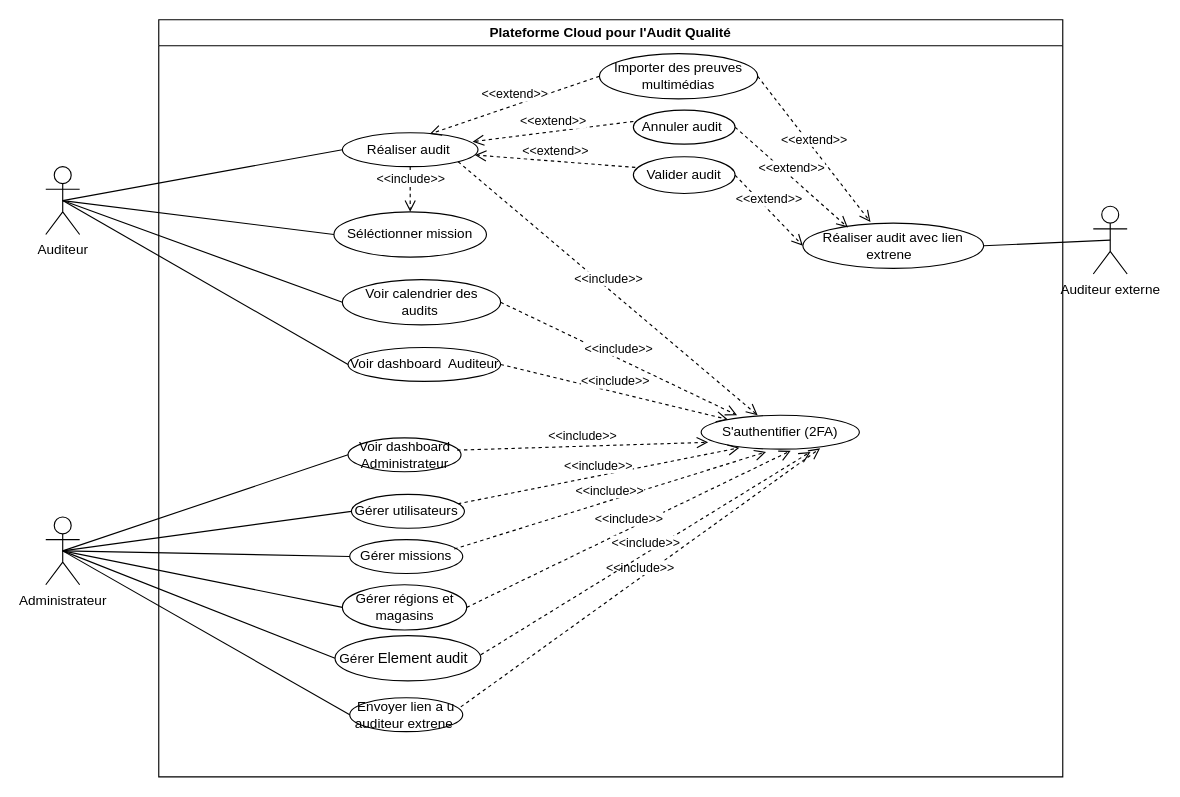
Above: diagrams/UC_plateforme_Audit_Qualité.drawio in assia2024-dot/pfe (draw.io), before the change. Source tidied: cells renumbered, new cells numbered last; positions are measured from the earlier drawing's top-left corner, leaving out a move shared by most shapes. Both pictures are drawn from the tidied source at 113%, with x=0, y=0 at pixel (45, 19).
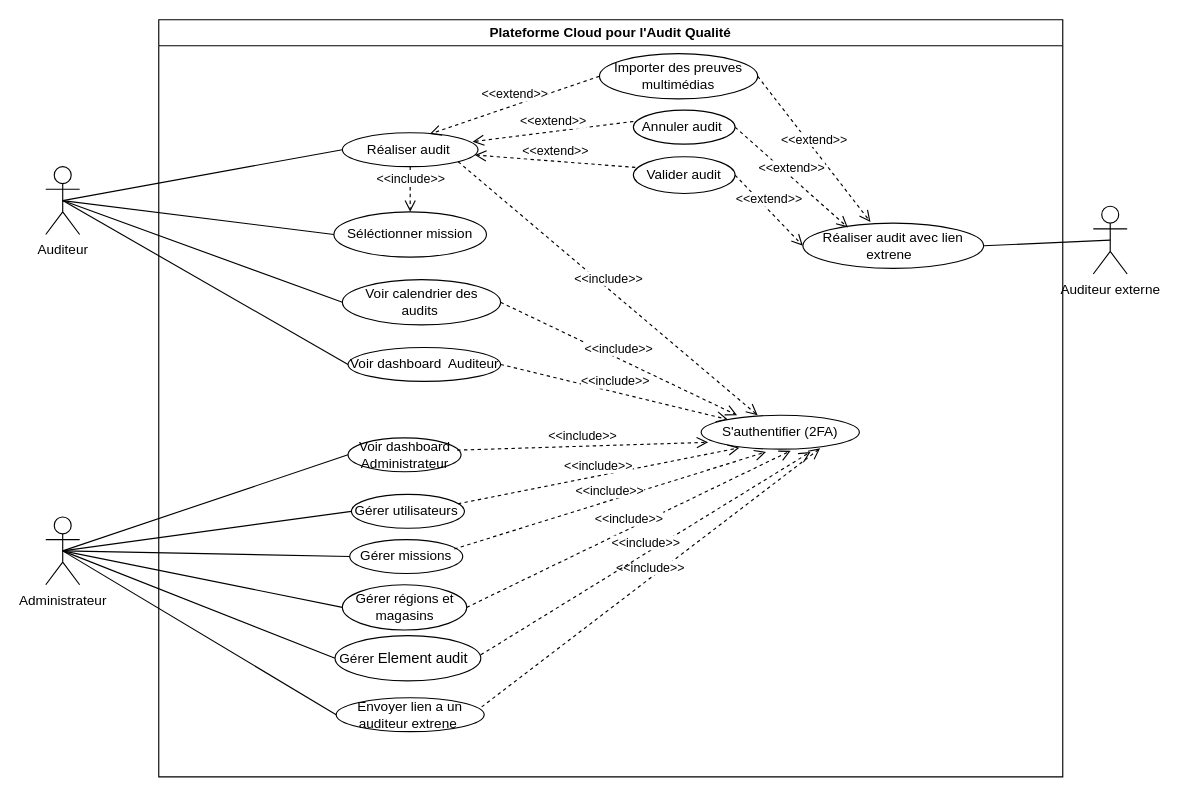
The same diagram, later.

Unchanged cells that the change refers to:
```xml
<mxCell id="2" value="Plateforme Cloud pour l'Audit Qualité" style="swimlane;whiteSpace=wrap;html=1;" parent="1" vertex="1">
  <mxGeometry x="100" width="800" height="670" as="geometry" />
</mxCell>
```

Change to the diagram source:
```diff
@@
-    <mxCell id="14" value="Envoyer lien a u auditeur extrene&amp;nbsp;" style="ellipse;whiteSpace=wrap;html=1;" parent="2" vertex="1">
-      <mxGeometry x="169" y="600" width="100" height="30" as="geometry" />
+    <mxCell id="14" value="Envoyer lien a un auditeur extrene&amp;nbsp;" style="ellipse;whiteSpace=wrap;html=1;" parent="2" vertex="1">
+      <mxGeometry x="157" y="600" width="131" height="30" as="geometry" />
     </mxCell>
```
